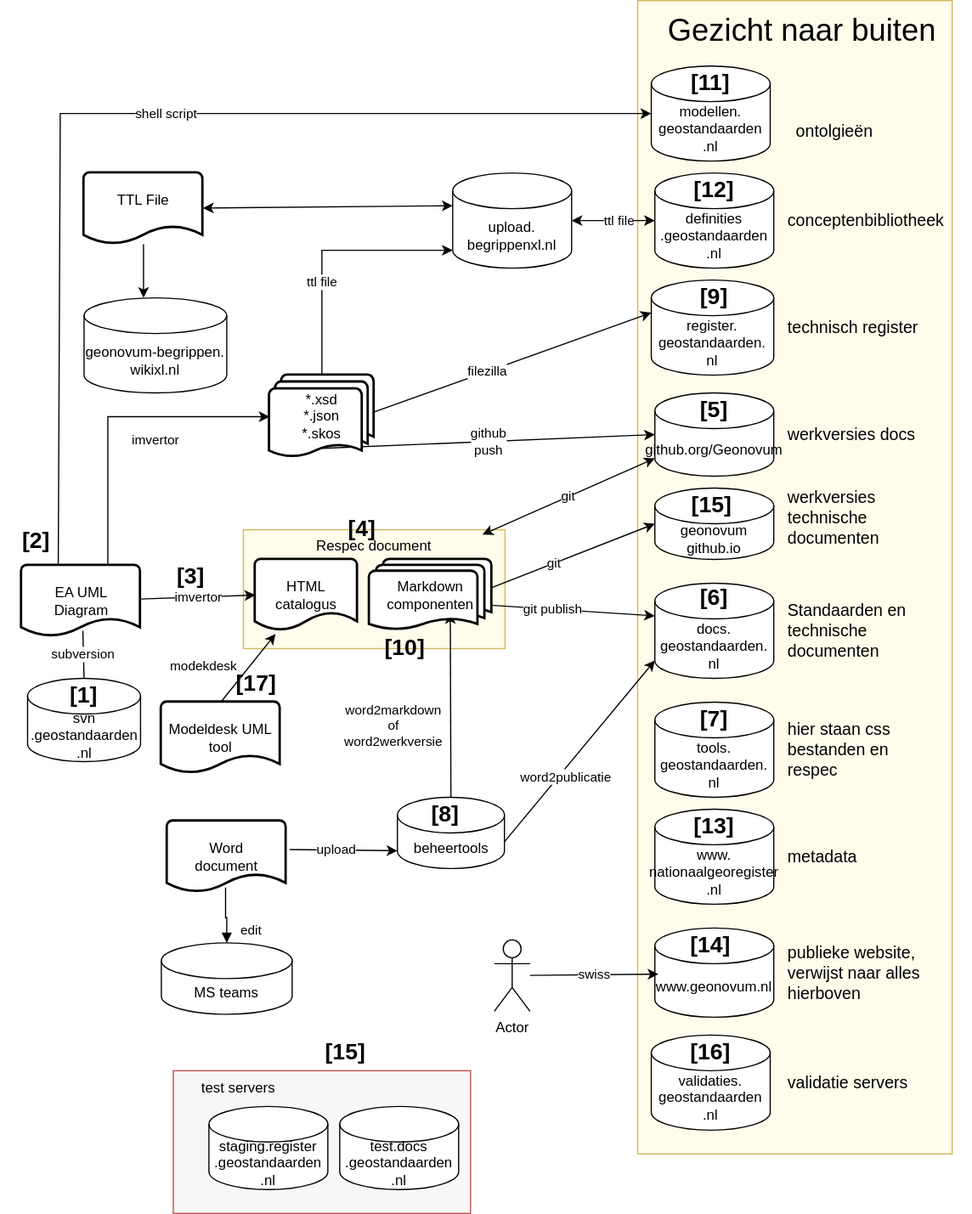
Earlier version of the draw.io export docs/media/PublicatieInfrastructuurGeonovum.drawio.svg (Geonovum/handleiding-tooling). Source tidied: cells renumbered, new cells last; positions are measured from the earlier drawing's top-left corner, leaving out a move shared by most shapes.
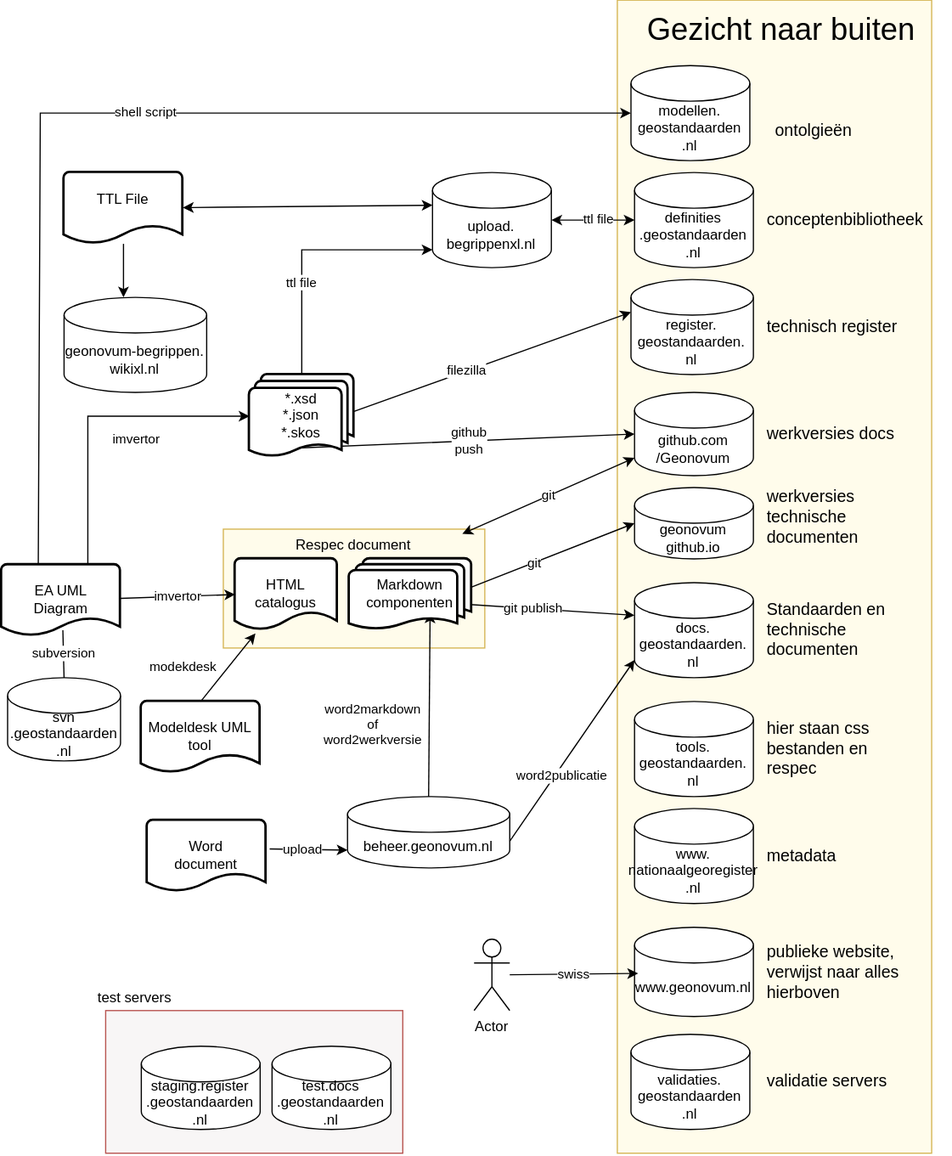
After the change.

Commit message:
plaatje aangepast

What changed in the source:
```diff
@@ -11,7 +11,7 @@
     <mxCell id="4" style="whiteSpace=wrap;html=1;fillColor=#FFFCEB;strokeColor=#d6b656;" parent="1" vertex="1">
       <mxGeometry x="535.5" width="264.5" height="970" as="geometry" />
     </mxCell>
-    <mxCell id="5" value="github.org/Geonovum" style="shape=cylinder3;whiteSpace=wrap;html=1;boundedLbl=1;backgroundOutline=1;size=15;" parent="1" vertex="1">
+    <mxCell id="5" value="github.com&lt;div&gt;/Geonovum&lt;/div&gt;" style="shape=cylinder3;whiteSpace=wrap;html=1;boundedLbl=1;backgroundOutline=1;size=15;" parent="1" vertex="1">
       <mxGeometry x="550" y="330" width="100" height="70" as="geometry" />
     </mxCell>
     <mxCell id="6" value="subversion" style="endArrow=none;startArrow=none;html=1;rounded=0;entryX=0.515;entryY=0.918;entryDx=0;entryDy=0;startWidth=18;exitX=0.5;exitY=0;exitDx=0;exitDy=0;exitPerimeter=0;entryPerimeter=0;startFill=0;" parent="1" edge="1" source="2" target="48">
@@ -33,8 +33,8 @@
     <mxCell id="10" value="&lt;div&gt;register.&lt;/div&gt;&lt;div&gt;geostandaarden.&lt;/div&gt;&lt;div&gt;nl&lt;br&gt;&lt;/div&gt;" style="shape=cylinder3;whiteSpace=wrap;html=1;boundedLbl=1;backgroundOutline=1;size=15;" parent="1" vertex="1">
       <mxGeometry x="547" y="235" width="103" height="80" as="geometry" />
     </mxCell>
-    <mxCell id="11" value="beheertools" style="shape=cylinder3;whiteSpace=wrap;html=1;boundedLbl=1;backgroundOutline=1;size=15;" parent="1" vertex="1">
-      <mxGeometry x="333.5" y="670" width="90" height="60" as="geometry" />
+    <mxCell id="11" value="beheer.geonovum.nl" style="shape=cylinder3;whiteSpace=wrap;html=1;boundedLbl=1;backgroundOutline=1;size=15;" parent="1" vertex="1">
+      <mxGeometry x="308.5" y="670" width="136.5" height="60" as="geometry" />
     </mxCell>
     <mxCell id="12" value="&lt;div&gt;filezilla&lt;/div&gt;" style="endArrow=none;startArrow=classic;html=1;rounded=0;entryX=0.903;entryY=0.486;entryDx=0;entryDy=0;startWidth=18;entryPerimeter=0;endFill=0;exitX=0;exitY=0;exitDx=0;exitDy=27.5;exitPerimeter=0;" parent="1" edge="1" source="10" target="56">
       <mxGeometry x="0.14" relative="1" as="geometry" />
@@ -51,9 +51,6 @@
         </Array>
       </mxGeometry>
     </mxCell>
-    <mxCell id="15" value="MS teams" style="shape=cylinder3;whiteSpace=wrap;html=1;boundedLbl=1;backgroundOutline=1;size=15;" parent="1" vertex="1">
-      <mxGeometry x="135" y="792.5" width="110" height="60" as="geometry" />
-    </mxCell>
     <mxCell id="16" value="upload" style="endArrow=none;startArrow=classic;html=1;rounded=0;entryX=1.03;entryY=0.4;entryDx=0;entryDy=0;startWidth=18;entryPerimeter=0;endFill=0;exitX=0;exitY=1;exitDx=0;exitDy=-15;exitPerimeter=0;" parent="1" edge="1" source="11" target="50">
       <mxGeometry x="0.14" relative="1" as="geometry" />
     </mxCell>
@@ -115,7 +112,7 @@
       <mxGeometry x="547" y="870" width="100" height="80" as="geometry" />
     </mxCell>
     <mxCell id="34" style="group;" parent="1" vertex="1">
-      <mxGeometry x="70" y="900" width="325" height="120" as="geometry" />
+      <mxGeometry x="30" y="850" width="325" height="120" as="geometry" />
     </mxCell>
     <mxCell id="35" style="whiteSpace=wrap;html=1;fillColor=#F8F6F6;strokeColor=#b85450;" parent="34" vertex="1">
       <mxGeometry x="75" width="250" height="120" as="geometry" />
@@ -133,29 +130,11 @@
       <mxGeometry x="660" y="695" width="150" height="50" as="geometry" />
     </mxCell>
     <mxCell id="40" value="test servers" style="text;strokeColor=none;align=center;fillColor=none;html=1;verticalAlign=middle;whiteSpace=wrap;rounded=0;" parent="1" vertex="1">
-      <mxGeometry x="145" y="900" width="110" height="30" as="geometry" />
+      <mxGeometry x="75" y="825" width="110" height="30" as="geometry" />
     </mxCell>
-    <mxCell id="41" value="&lt;font style=&quot;font-size: 19px;&quot;&gt;&lt;b&gt;[1]&lt;/b&gt;&lt;/font&gt;" style="text;strokeColor=none;align=center;fillColor=none;html=1;verticalAlign=middle;whiteSpace=wrap;rounded=0;" parent="1" vertex="1">
-      <mxGeometry x="40" y="570" width="60" height="30" as="geometry" />
-    </mxCell>
-    <mxCell id="42" value="&lt;font style=&quot;font-size: 19px;&quot;&gt;&lt;b&gt;[2]&lt;/b&gt;&lt;/font&gt;" style="text;strokeColor=none;align=center;fillColor=none;html=1;verticalAlign=middle;whiteSpace=wrap;rounded=0;" parent="1" vertex="1">
-      <mxGeometry y="440" width="60" height="30" as="geometry" />
-    </mxCell>
-    <mxCell id="43" value="&lt;font style=&quot;font-size: 19px;&quot;&gt;&lt;b&gt;[3]&lt;/b&gt;&lt;/font&gt;" style="text;strokeColor=none;align=center;fillColor=none;html=1;verticalAlign=middle;whiteSpace=wrap;rounded=0;" parent="1" vertex="1">
-      <mxGeometry x="130" y="470" width="60" height="30" as="geometry" />
-    </mxCell>
-    <mxCell id="44" value="&lt;font style=&quot;font-size: 19px;&quot;&gt;&lt;b&gt;[15]&lt;/b&gt;&lt;/font&gt;" style="text;strokeColor=none;align=center;fillColor=none;html=1;verticalAlign=middle;whiteSpace=wrap;rounded=0;" parent="1" vertex="1">
-      <mxGeometry x="260" y="870" width="60" height="30" as="geometry" />
-    </mxCell>
     <mxCell id="45" value="git" style="endArrow=classic;startArrow=classic;html=1;rounded=0;entryX=0;entryY=1;entryDx=0;entryDy=-15;startWidth=18;entryPerimeter=0;exitX=0.914;exitY=0.04;exitDx=0;exitDy=0;exitPerimeter=0;" parent="1" edge="1" source="3" target="5">
       <mxGeometry relative="1" as="geometry" />
     </mxCell>
-    <mxCell id="46" value="&lt;font style=&quot;font-size: 19px;&quot;&gt;&lt;b&gt;[5]&lt;/b&gt;&lt;/font&gt;" style="text;strokeColor=none;align=center;fillColor=none;html=1;verticalAlign=middle;whiteSpace=wrap;rounded=0;" parent="1" vertex="1">
-      <mxGeometry x="570" y="330" width="60" height="30" as="geometry" />
-    </mxCell>
-    <mxCell id="47" value="&lt;font style=&quot;font-size: 19px;&quot;&gt;&lt;b&gt;[8]&lt;/b&gt;&lt;/font&gt;" style="text;strokeColor=none;align=center;fillColor=none;html=1;verticalAlign=middle;whiteSpace=wrap;rounded=0;" parent="1" vertex="1">
-      <mxGeometry x="344" y="670" width="60" height="30" as="geometry" />
-    </mxCell>
     <mxCell id="48" value="&lt;div&gt;EA UML &lt;br&gt;&lt;/div&gt;&lt;div&gt;Diagram&lt;/div&gt;" style="strokeWidth=2;html=1;shape=mxgraph.flowchart.document2;whiteSpace=wrap;size=0.25;" parent="1" vertex="1">
       <mxGeometry x="17.5" y="475" width="100" height="60" as="geometry" />
     </mxCell>
@@ -165,21 +144,9 @@
     <mxCell id="50" value="&lt;div&gt;Word&lt;/div&gt;&lt;div&gt;document&lt;/div&gt;" style="strokeWidth=2;html=1;shape=mxgraph.flowchart.document2;whiteSpace=wrap;size=0.25;" parent="1" vertex="1">
       <mxGeometry x="140" y="690" width="100" height="60" as="geometry" />
     </mxCell>
-    <mxCell id="51" value="&lt;font style=&quot;font-size: 19px;&quot;&gt;&lt;b&gt;[9]&lt;/b&gt;&lt;/font&gt;" style="text;strokeColor=none;align=center;fillColor=none;html=1;verticalAlign=middle;whiteSpace=wrap;rounded=0;" parent="1" vertex="1">
-      <mxGeometry x="570" y="235" width="60" height="30" as="geometry" />
-    </mxCell>
     <mxCell id="52" value="&lt;div&gt;HTML&lt;/div&gt;&lt;div&gt;catalogus&lt;/div&gt;" style="strokeWidth=2;html=1;shape=mxgraph.flowchart.document2;whiteSpace=wrap;size=0.25;" parent="1" vertex="1">
       <mxGeometry x="214" y="470" width="86" height="60" as="geometry" />
     </mxCell>
-    <mxCell id="53" value="&lt;font style=&quot;font-size: 19px;&quot;&gt;&lt;b&gt;[10]&lt;/b&gt;&lt;/font&gt;" style="text;strokeColor=none;align=center;fillColor=none;html=1;verticalAlign=middle;whiteSpace=wrap;rounded=0;" parent="1" vertex="1">
-      <mxGeometry x="310" y="530" width="60" height="30" as="geometry" />
-    </mxCell>
-    <mxCell id="54" value="&lt;font style=&quot;font-size: 19px;&quot;&gt;&lt;b&gt;[11]&lt;/b&gt;&lt;/font&gt;" style="text;strokeColor=none;align=center;fillColor=none;html=1;verticalAlign=middle;whiteSpace=wrap;rounded=0;" parent="1" vertex="1">
-      <mxGeometry x="567" y="55" width="60" height="30" as="geometry" />
-    </mxCell>
-    <mxCell id="55" value="&lt;font style=&quot;font-size: 19px;&quot;&gt;&lt;b&gt;[12]&lt;/b&gt;&lt;/font&gt;" style="text;strokeColor=none;align=center;fillColor=none;html=1;verticalAlign=middle;whiteSpace=wrap;rounded=0;" parent="1" vertex="1">
-      <mxGeometry x="570" y="145" width="60" height="30" as="geometry" />
-    </mxCell>
     <mxCell id="56" value="&lt;div&gt;*.xsd&lt;/div&gt;&lt;div&gt;*.json&lt;/div&gt;&lt;div&gt;*.skos&lt;/div&gt;" style="strokeWidth=2;html=1;shape=mxgraph.flowchart.multi-document;whiteSpace=wrap;" parent="1" vertex="1">
       <mxGeometry x="226" y="315" width="88" height="70" as="geometry" />
     </mxCell>
@@ -189,45 +156,15 @@
     <mxCell id="58" value="validatie servers" style="text;strokeColor=none;align=left;fillColor=none;html=1;verticalAlign=middle;whiteSpace=wrap;rounded=0;fontSize=14;" parent="1" vertex="1">
       <mxGeometry x="660" y="885" width="150" height="50" as="geometry" />
     </mxCell>
-    <mxCell id="59" value="&lt;font style=&quot;font-size: 19px;&quot;&gt;&lt;b&gt;[16]&lt;/b&gt;&lt;/font&gt;" style="text;strokeColor=none;align=center;fillColor=none;html=1;verticalAlign=middle;whiteSpace=wrap;rounded=0;" parent="1" vertex="1">
-      <mxGeometry x="567" y="870" width="60" height="30" as="geometry" />
-    </mxCell>
     <mxCell id="60" value="&lt;div&gt;werkversies technische&lt;/div&gt;&lt;div&gt;documenten&lt;/div&gt;" style="text;strokeColor=none;align=left;fillColor=none;html=1;verticalAlign=middle;whiteSpace=wrap;rounded=0;fontSize=14;" parent="1" vertex="1">
       <mxGeometry x="660" y="410" width="130" height="50" as="geometry" />
     </mxCell>
-    <mxCell id="61" style="group;" parent="1" vertex="1">
-      <mxGeometry x="550" y="490" width="100" height="80" as="geometry" />
-    </mxCell>
-    <mxCell id="62" value="docs.&lt;br&gt;geostandaarden.&lt;br&gt;nl" style="shape=cylinder3;whiteSpace=wrap;html=1;boundedLbl=1;backgroundOutline=1;size=15;" parent="61" vertex="1">
-      <mxGeometry width="100" height="80" as="geometry" />
-    </mxCell>
-    <mxCell id="63" value="&lt;font style=&quot;font-size: 19px;&quot;&gt;&lt;b&gt;[6]&lt;/b&gt;&lt;/font&gt;" style="text;strokeColor=none;align=center;fillColor=none;html=1;verticalAlign=middle;whiteSpace=wrap;rounded=0;" parent="61" vertex="1">
-      <mxGeometry x="20" width="60" height="25" as="geometry" />
-    </mxCell>
     <mxCell id="64" style="group;" parent="1" vertex="1">
       <mxGeometry x="550" y="590" width="100" height="80" as="geometry" />
     </mxCell>
     <mxCell id="65" value="tools.&lt;br&gt;geostandaarden.&lt;br&gt;nl" style="shape=cylinder3;whiteSpace=wrap;html=1;boundedLbl=1;backgroundOutline=1;size=15;" parent="64" vertex="1">
       <mxGeometry width="100" height="80" as="geometry" />
     </mxCell>
-    <mxCell id="66" value="&lt;font style=&quot;font-size: 19px;&quot;&gt;&lt;b&gt;[7]&lt;/b&gt;&lt;/font&gt;" style="text;strokeColor=none;align=center;fillColor=none;html=1;verticalAlign=middle;whiteSpace=wrap;rounded=0;" parent="64" vertex="1">
-      <mxGeometry x="20" width="60" height="30" as="geometry" />
-    </mxCell>
-    <mxCell id="67" value="edit" style="endArrow=block;endFill=1;html=1;edgeStyle=orthogonalEdgeStyle;align=left;verticalAlign=top;rounded=0;exitX=0.49;exitY=0.933;exitDx=0;exitDy=0;exitPerimeter=0;entryX=0.5;entryY=0;entryDx=0;entryDy=0;entryPerimeter=0;" parent="1" edge="1" source="50" target="15">
-      <mxGeometry x="-0.02" y="11" relative="1" as="geometry" />
-    </mxCell>
-    <mxCell id="68" value="&lt;font style=&quot;font-size: 19px;&quot;&gt;&lt;b&gt;[14]&lt;/b&gt;&lt;/font&gt;" style="text;strokeColor=none;align=center;fillColor=none;html=1;verticalAlign=middle;whiteSpace=wrap;rounded=0;" parent="1" vertex="1">
-      <mxGeometry x="567" y="780" width="60" height="30" as="geometry" />
-    </mxCell>
-    <mxCell id="69" value="&lt;font style=&quot;font-size: 19px;&quot;&gt;&lt;b&gt;[13]&lt;/b&gt;&lt;/font&gt;" style="text;strokeColor=none;align=center;fillColor=none;html=1;verticalAlign=middle;whiteSpace=wrap;rounded=0;" parent="1" vertex="1">
-      <mxGeometry x="570" y="690" width="60" height="10" as="geometry" />
-    </mxCell>
-    <mxCell id="70" value="&lt;font style=&quot;font-size: 19px;&quot;&gt;&lt;b&gt;[15]&lt;/b&gt;&lt;/font&gt;" style="text;strokeColor=none;align=center;fillColor=none;html=1;verticalAlign=middle;whiteSpace=wrap;rounded=0;" parent="1" vertex="1">
-      <mxGeometry x="567.5" y="410" width="60" height="30" as="geometry" />
-    </mxCell>
-    <mxCell id="71" value="&lt;font style=&quot;font-size: 19px;&quot;&gt;&lt;b&gt;[4]&lt;/b&gt;&lt;/font&gt;" style="text;strokeColor=none;align=center;fillColor=none;html=1;verticalAlign=middle;whiteSpace=wrap;rounded=0;" parent="1" vertex="1">
-      <mxGeometry x="274" y="430" width="60" height="30" as="geometry" />
-    </mxCell>
     <mxCell id="72" value="&lt;div&gt;upload.&lt;/div&gt;&lt;div&gt;begrippenxl.nl&lt;/div&gt;" style="shape=cylinder3;whiteSpace=wrap;html=1;boundedLbl=1;backgroundOutline=1;size=15;" parent="1" vertex="1">
       <mxGeometry x="380" y="145" width="100" height="80" as="geometry" />
     </mxCell>
@@ -259,8 +196,8 @@
     <mxCell id="80" value="&lt;div&gt;modekdesk&lt;/div&gt;" style="endArrow=none;startArrow=classic;html=1;rounded=0;entryX=0.5;entryY=0;entryDx=0;entryDy=0;startWidth=18;entryPerimeter=0;endFill=0;exitX=0.198;exitY=1.044;exitDx=0;exitDy=0;exitPerimeter=0;align=right;" parent="1" edge="1" source="52" target="79">
       <mxGeometry x="0.11" y="-7" relative="1" as="geometry" />
     </mxCell>
-    <mxCell id="81" value="&lt;font style=&quot;font-size: 19px;&quot;&gt;&lt;b&gt;[17]&lt;/b&gt;&lt;/font&gt;" style="text;strokeColor=none;align=center;fillColor=none;html=1;verticalAlign=middle;whiteSpace=wrap;rounded=0;" parent="1" vertex="1">
-      <mxGeometry x="185" y="560" width="60" height="30" as="geometry" />
-    </mxCell>
+    <mxCell id="62" value="docs.&lt;br&gt;geostandaarden.&lt;br&gt;nl" style="shape=cylinder3;whiteSpace=wrap;html=1;boundedLbl=1;backgroundOutline=1;size=15;" parent="1" vertex="1">
+      <mxGeometry x="550" y="490" width="100" height="80" as="geometry" />
+    </mxCell>
   </root>
 </mxGraphModel>
```
